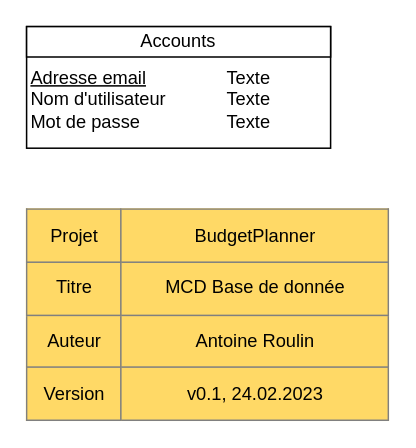
Before: documentation/MCD/MCD_PréTPI_Register_ARN.drawio in CPNV-PRETPI/ROULIN_ANTOINE, a draw.io diagram. Source tidied: cells renumbered, new cells numbered last; positions are measured from the earlier drawing's top-left corner, leaving out a move shared by most shapes. Both pictures are drawn from the tidied source at 152%, with x=0, y=0 at pixel (26, 26).
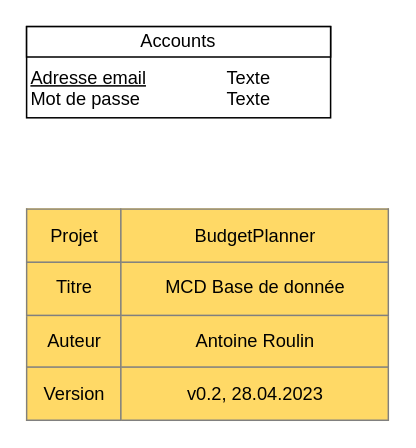
The same page after the edit.

The edit, as a diff of the source:
```diff
@@
 <mxGraphModel>
   <root>
     <mxCell id="0" />
     <mxCell id="1" parent="0" />
     <mxCell id="2" value="&lt;div style=&quot;box-sizing: border-box ; width: 100% ; padding: 2px&quot;&gt;&lt;br&gt;&lt;/div&gt;" style="verticalAlign=top;align=center;overflow=fill;html=1;rounded=0;shadow=0;comic=0;labelBackgroundColor=none;strokeColor=#000000;strokeWidth=1;fillColor=#ffffff;fontFamily=Verdana;fontSize=12;fontColor=#000000;" parent="1" vertex="1">
-      <mxGeometry width="200" height="80" as="geometry" />
+      <mxGeometry width="200" height="60" as="geometry" />
     </mxCell>
     <mxCell id="3" value="Accounts" style="rounded=0;whiteSpace=wrap;html=1;" parent="1" vertex="1">
       <mxGeometry width="200" height="20" as="geometry" />
     </mxCell>
-    <mxCell id="4" value="&lt;u&gt;Adresse email&lt;/u&gt;&lt;br&gt;Nom d'utilisateur&lt;br&gt;Mot de passe" style="text;html=1;strokeColor=none;fillColor=none;align=left;verticalAlign=top;whiteSpace=wrap;rounded=0;" parent="1" vertex="1">
-      <mxGeometry x="1" y="20" width="129" height="60" as="geometry" />
+    <mxCell id="4" value="&lt;u&gt;Adresse email&lt;/u&gt;&lt;br&gt;Mot de passe" style="text;html=1;strokeColor=none;fillColor=none;align=left;verticalAlign=top;whiteSpace=wrap;rounded=0;" parent="1" vertex="1">
+      <mxGeometry x="1" y="20" width="129" height="40" as="geometry" />
     </mxCell>
-    <mxCell id="5" value="Texte&lt;br&gt;Texte&lt;br&gt;Texte" style="text;html=1;strokeColor=none;fillColor=none;align=left;verticalAlign=top;whiteSpace=wrap;rounded=0;" parent="1" vertex="1">
-      <mxGeometry x="130" y="20" width="70" height="60" as="geometry" />
+    <mxCell id="5" value="Texte&lt;br&gt;Texte" style="text;html=1;strokeColor=none;fillColor=none;align=left;verticalAlign=top;whiteSpace=wrap;rounded=0;" parent="1" vertex="1">
+      <mxGeometry x="130" y="20" width="70" height="40" as="geometry" />
     </mxCell>
-    <mxCell id="6" value="&lt;table border=&quot;1&quot; width=&quot;100%&quot; style=&quot;width: 100% ; height: 100% ; border-collapse: collapse&quot;&gt;&lt;tbody&gt;&lt;tr&gt;&lt;td align=&quot;center&quot;&gt;Projet&lt;/td&gt;&lt;td align=&quot;center&quot;&gt;BudgetPlanner&lt;/td&gt;&lt;/tr&gt;&lt;tr&gt;&lt;td align=&quot;center&quot;&gt;Titre&lt;/td&gt;&lt;td align=&quot;center&quot;&gt;MCD Base de donnée&lt;/td&gt;&lt;/tr&gt;&lt;tr&gt;&lt;td align=&quot;center&quot;&gt;Auteur&lt;/td&gt;&lt;td align=&quot;center&quot;&gt;Antoine Roulin&lt;/td&gt;&lt;/tr&gt;&lt;tr&gt;&lt;td style=&quot;text-align: center&quot;&gt;Version&lt;/td&gt;&lt;td style=&quot;text-align: center&quot;&gt;v0.1, 24.02.2023&lt;/td&gt;&lt;/tr&gt;&lt;/tbody&gt;&lt;/table&gt;" style="text;html=1;overflow=fill;labelBackgroundColor=#FFD966;" parent="1" vertex="1">
+    <mxCell id="6" value="&lt;table border=&quot;1&quot; width=&quot;100%&quot; style=&quot;width: 100% ; height: 100% ; border-collapse: collapse&quot;&gt;&lt;tbody&gt;&lt;tr&gt;&lt;td align=&quot;center&quot;&gt;Projet&lt;/td&gt;&lt;td align=&quot;center&quot;&gt;BudgetPlanner&lt;/td&gt;&lt;/tr&gt;&lt;tr&gt;&lt;td align=&quot;center&quot;&gt;Titre&lt;/td&gt;&lt;td align=&quot;center&quot;&gt;MCD Base de donnée&lt;/td&gt;&lt;/tr&gt;&lt;tr&gt;&lt;td align=&quot;center&quot;&gt;Auteur&lt;/td&gt;&lt;td align=&quot;center&quot;&gt;Antoine Roulin&lt;/td&gt;&lt;/tr&gt;&lt;tr&gt;&lt;td style=&quot;text-align: center&quot;&gt;Version&lt;/td&gt;&lt;td style=&quot;text-align: center&quot;&gt;v0.2, 28.04.2023&lt;/td&gt;&lt;/tr&gt;&lt;/tbody&gt;&lt;/table&gt;" style="text;html=1;overflow=fill;labelBackgroundColor=#FFD966;" parent="1" vertex="1">
       <mxGeometry y="120" width="239" height="140" as="geometry" />
     </mxCell>
   </root>
 </mxGraphModel>
```
